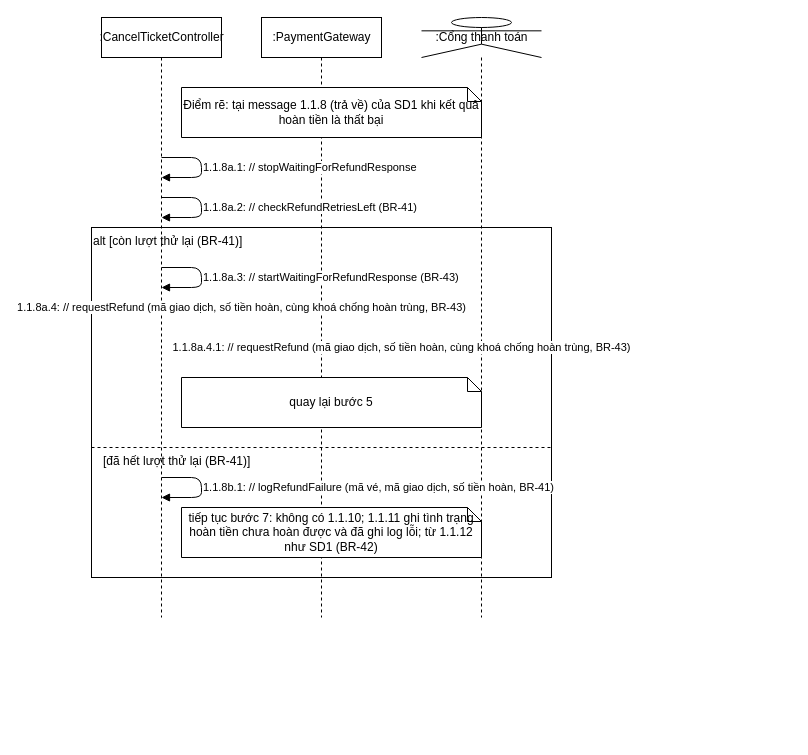
This is page "SD5 - Luồng 6a và 6b" (5 of 7) of design/diagrams/P07-sequence-UC-008.drawio from luytbq/app-dat-ve-xem-phim, a draw.io file, before an edit. Source tidied: cells renumbered, new cells numbered last; positions are measured from the earlier drawing's top-left corner, leaving out a move shared by most shapes. Both pictures are drawn from the tidied source at 100%, with x=0, y=0 at pixel (91, 17).
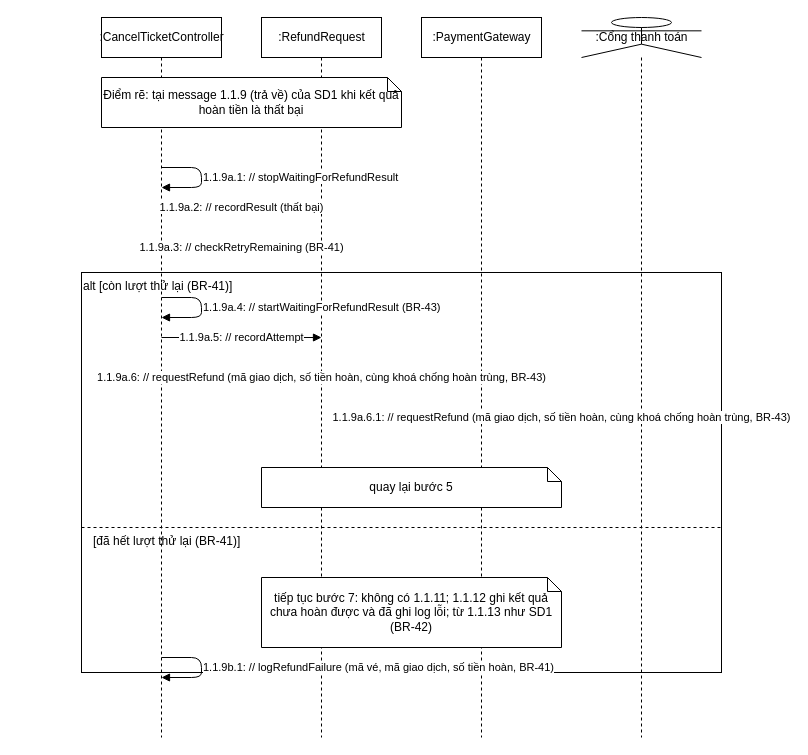
Above is the later version.

What changed in the source:
```diff
@@
     <mxCell id="2" value=":CancelTicketController" style="shape=umlLifeline;perimeter=lifelinePerimeter;html=1;" parent="1" vertex="1">
-      <mxGeometry x="10" width="120" height="600" as="geometry" />
+      <mxGeometry x="10" width="120" height="720" as="geometry" />
     </mxCell>
+    <mxCell id="17" value=":RefundRequest" style="shape=umlLifeline;perimeter=lifelinePerimeter;html=1;" parent="1" vertex="1">
+      <mxGeometry x="170" width="120" height="720" as="geometry" />
+    </mxCell>
     <mxCell id="3" value=":PaymentGateway" style="shape=umlLifeline;perimeter=lifelinePerimeter;html=1;" parent="1" vertex="1">
-      <mxGeometry x="170" width="120" height="600" as="geometry" />
+      <mxGeometry x="330" width="120" height="720" as="geometry" />
     </mxCell>
     <mxCell id="4" value=":Cổng thanh toán" style="shape=umlLifeline;participant=umlActor;perimeter=lifelinePerimeter;html=1;" parent="1" vertex="1">
-      <mxGeometry x="330" width="120" height="600" as="geometry" />
+      <mxGeometry x="490" width="120" height="720" as="geometry" />
     </mxCell>
     <mxCell id="5" value="alt [còn lượt thử lại (BR-41)]" style="rounded=0;whiteSpace=wrap;html=1;fillColor=none;align=left;verticalAlign=top;" parent="1" vertex="1">
-      <mxGeometry y="210" width="460" height="350" as="geometry" />
+      <mxGeometry x="-10" y="255" width="640" height="400" as="geometry" />
     </mxCell>
     <mxCell id="6" style="endArrow=none;dashed=1;html=1;" parent="1" edge="1">
       <mxGeometry relative="1" as="geometry">
-        <mxPoint y="430" as="sourcePoint" />
-        <mxPoint x="460" y="430" as="targetPoint" />
+        <mxPoint x="-10" y="510" as="sourcePoint" />
+        <mxPoint x="630" y="510" as="targetPoint" />
       </mxGeometry>
     </mxCell>
     <mxCell id="7" value="[đã hết lượt thử lại (BR-41)]" style="text;html=1;align=left;verticalAlign=top;" parent="1" vertex="1">
-      <mxGeometry x="10" y="430" width="440" height="20" as="geometry" />
+      <mxGeometry y="510" width="620" height="20" as="geometry" />
     </mxCell>
-    <mxCell id="8" value="Điểm rẽ: tại message 1.1.8 (trả về) của SD1 khi kết quả hoàn tiền là thất bại" style="shape=note;whiteSpace=wrap;html=1;size=14;" parent="1" vertex="1">
-      <mxGeometry x="90" y="70" width="300" height="50" as="geometry" />
+    <mxCell id="8" value="Điểm rẽ: tại message 1.1.9 (trả về) của SD1 khi kết quả hoàn tiền là thất bại" style="shape=note;whiteSpace=wrap;html=1;size=14;" parent="1" vertex="1">
+      <mxGeometry x="10" y="60" width="300" height="50" as="geometry" />
     </mxCell>
-    <mxCell id="9" value="1.1.8a.1: // stopWaitingForRefundResponse" style="endArrow=block;endFill=1;html=1;align=left;" parent="1" edge="1">
-      <mxGeometry relative="1" as="geometry">
-        <mxPoint x="70" y="140" as="sourcePoint" />
-        <mxPoint x="70" y="160" as="targetPoint" />
-        <Array as="points">
-          <mxPoint x="110" y="140" />
-          <mxPoint x="110" y="160" />
-        </Array>
-      </mxGeometry>
-    </mxCell>
-    <mxCell id="10" value="1.1.8a.2: // checkRefundRetriesLeft (BR-41)" style="endArrow=block;endFill=1;html=1;align=left;" parent="1" edge="1">
-      <mxGeometry relative="1" as="geometry">
-        <mxPoint x="70" y="180" as="sourcePoint" />
-        <mxPoint x="70" y="200" as="targetPoint" />
-        <Array as="points">
-          <mxPoint x="110" y="180" />
-          <mxPoint x="110" y="200" />
-        </Array>
-      </mxGeometry>
-    </mxCell>
-    <mxCell id="11" value="1.1.8a.3: // startWaitingForRefundResponse (BR-43)" style="endArrow=block;endFill=1;html=1;align=left;" parent="1" edge="1">
-      <mxGeometry relative="1" as="geometry">
-        <mxPoint x="70" y="250" as="sourcePoint" />
-        <mxPoint x="70" y="270" as="targetPoint" />
-        <Array as="points">
-          <mxPoint x="110" y="250" />
-          <mxPoint x="110" y="270" />
-        </Array>
-      </mxGeometry>
-    </mxCell>
-    <mxCell id="12" value="1.1.8a.4: // requestRefund (mã giao dịch, số tiền hoàn, cùng khoá chống hoàn trùng, BR-43)" style="endArrow=block;endFill=1;html=1;" parent="1" edge="1">
-      <mxGeometry relative="1" as="geometry">
-        <mxPoint x="70" y="290" as="sourcePoint" />
-        <mxPoint x="230" y="290" as="targetPoint" />
-      </mxGeometry>
-    </mxCell>
-    <mxCell id="13" value="1.1.8a.4.1: // requestRefund (mã giao dịch, số tiền hoàn, cùng khoá chống hoàn trùng, BR-43)" style="endArrow=block;endFill=1;html=1;" parent="1" edge="1">
-      <mxGeometry relative="1" as="geometry">
-        <mxPoint x="230" y="330" as="sourcePoint" />
-        <mxPoint x="390" y="330" as="targetPoint" />
-      </mxGeometry>
-    </mxCell>
     <mxCell id="14" value="quay lại bước 5" style="shape=note;whiteSpace=wrap;html=1;size=14;" parent="1" vertex="1">
-      <mxGeometry x="90" y="360" width="300" height="50" as="geometry" />
+      <mxGeometry x="170" y="450" width="300" height="40" as="geometry" />
     </mxCell>
-    <mxCell id="15" value="1.1.8b.1: // logRefundFailure (mã vé, mã giao dịch, số tiền hoàn, BR-41)" style="endArrow=block;endFill=1;html=1;align=left;" parent="1" edge="1">
-      <mxGeometry relative="1" as="geometry">
-        <mxPoint x="70" y="460" as="sourcePoint" />
-        <mxPoint x="70" y="480" as="targetPoint" />
-        <Array as="points">
-          <mxPoint x="110" y="460" />
-          <mxPoint x="110" y="480" />
-        </Array>
-      </mxGeometry>
-    </mxCell>
-    <mxCell id="16" value="tiếp tục bước 7: không có 1.1.10; 1.1.11 ghi tình trạng hoàn tiền chưa hoàn được và đã ghi log lỗi; từ 1.1.12 như SD1 (BR-42)" style="shape=note;whiteSpace=wrap;html=1;size=14;" parent="1" vertex="1">
-      <mxGeometry x="90" y="490" width="300" height="50" as="geometry" />
+    <mxCell id="16" value="tiếp tục bước 7: không có 1.1.11; 1.1.12 ghi kết quả chưa hoàn được và đã ghi log lỗi; từ 1.1.13 như SD1 (BR-42)" style="shape=note;whiteSpace=wrap;html=1;size=14;" parent="1" vertex="1">
+      <mxGeometry x="170" y="560" width="300" height="70" as="geometry" />
     </mxCell>
+    <mxCell id="18" value="1.1.9a.1: // stopWaitingForRefundResult" style="endArrow=block;endFill=1;html=1;align=left;" parent="1" edge="1">
+      <mxGeometry relative="1" as="geometry">
+        <mxPoint x="70" y="150" as="sourcePoint" />
+        <mxPoint x="70" y="170" as="targetPoint" />
+        <Array as="points">
+          <mxPoint x="110" y="150" />
+          <mxPoint x="110" y="170" />
+        </Array>
+      </mxGeometry>
+    </mxCell>
+    <mxCell id="19" value="1.1.9a.2: // recordResult (thất bại)" style="endArrow=block;endFill=1;html=1;" parent="1" edge="1">
+      <mxGeometry relative="1" as="geometry">
+        <mxPoint x="70" y="190" as="sourcePoint" />
+        <mxPoint x="230" y="190" as="targetPoint" />
+      </mxGeometry>
+    </mxCell>
+    <mxCell id="20" value="1.1.9a.3: // checkRetryRemaining (BR-41)" style="endArrow=block;endFill=1;html=1;" parent="1" edge="1">
+      <mxGeometry relative="1" as="geometry">
+        <mxPoint x="70" y="230" as="sourcePoint" />
+        <mxPoint x="230" y="230" as="targetPoint" />
+      </mxGeometry>
+    </mxCell>
+    <mxCell id="21" value="1.1.9a.4: // startWaitingForRefundResult (BR-43)" style="endArrow=block;endFill=1;html=1;align=left;" parent="1" edge="1">
+      <mxGeometry relative="1" as="geometry">
+        <mxPoint x="70" y="280" as="sourcePoint" />
+        <mxPoint x="70" y="300" as="targetPoint" />
+        <Array as="points">
+          <mxPoint x="110" y="280" />
+          <mxPoint x="110" y="300" />
+        </Array>
+      </mxGeometry>
+    </mxCell>
+    <mxCell id="22" value="1.1.9a.5: // recordAttempt" style="endArrow=block;endFill=1;html=1;" parent="1" edge="1">
+      <mxGeometry relative="1" as="geometry">
+        <mxPoint x="70" y="320" as="sourcePoint" />
+        <mxPoint x="230" y="320" as="targetPoint" />
+      </mxGeometry>
+    </mxCell>
+    <mxCell id="23" value="1.1.9a.6: // requestRefund (mã giao dịch, số tiền hoàn, cùng khoá chống hoàn trùng, BR-43)" style="endArrow=block;endFill=1;html=1;" parent="1" edge="1">
+      <mxGeometry relative="1" as="geometry">
+        <mxPoint x="70" y="360" as="sourcePoint" />
+        <mxPoint x="390" y="360" as="targetPoint" />
+      </mxGeometry>
+    </mxCell>
+    <mxCell id="24" value="1.1.9a.6.1: // requestRefund (mã giao dịch, số tiền hoàn, cùng khoá chống hoàn trùng, BR-43)" style="endArrow=block;endFill=1;html=1;" parent="1" edge="1">
+      <mxGeometry relative="1" as="geometry">
+        <mxPoint x="390" y="400" as="sourcePoint" />
+        <mxPoint x="550" y="400" as="targetPoint" />
+      </mxGeometry>
+    </mxCell>
+    <mxCell id="25" value="1.1.9b.1: // logRefundFailure (mã vé, mã giao dịch, số tiền hoàn, BR-41)" style="endArrow=block;endFill=1;html=1;align=left;" parent="1" edge="1">
+      <mxGeometry relative="1" as="geometry">
+        <mxPoint x="70" y="640" as="sourcePoint" />
+        <mxPoint x="70" y="660" as="targetPoint" />
+        <Array as="points">
+          <mxPoint x="110" y="640" />
+          <mxPoint x="110" y="660" />
+        </Array>
+      </mxGeometry>
+    </mxCell>
```
